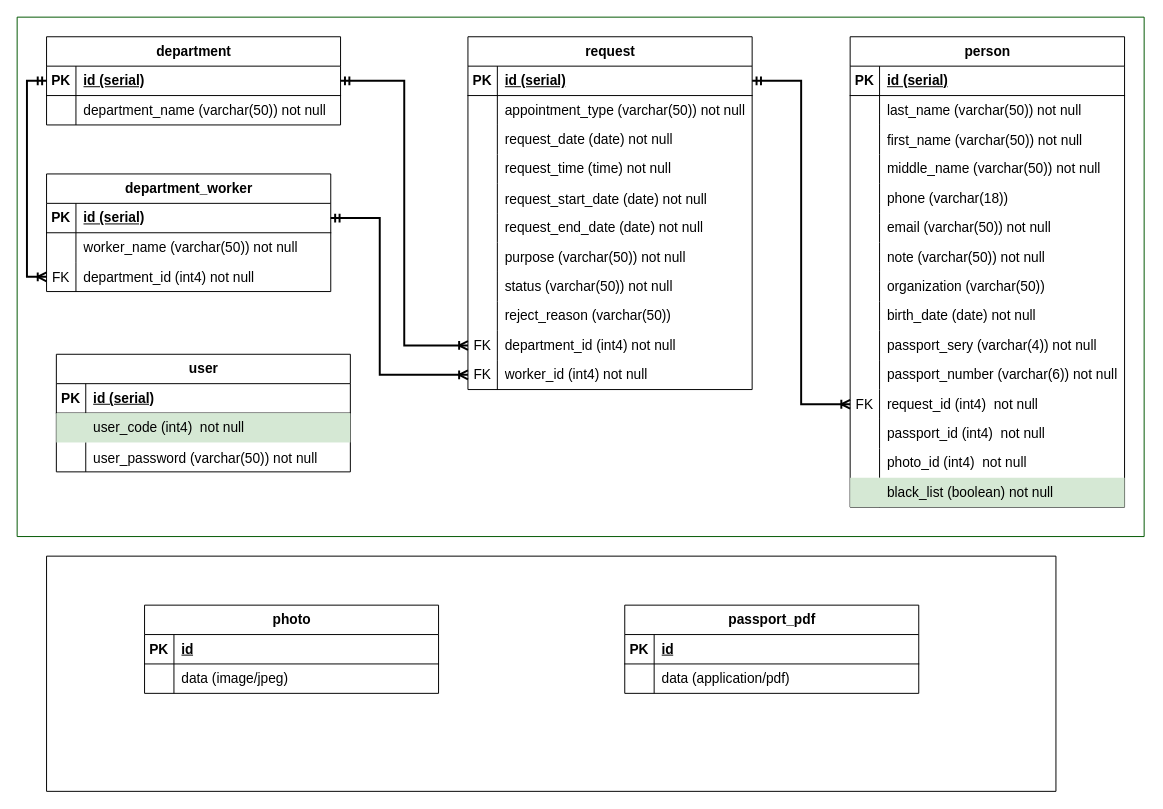
Nathalie-mac/visitorRequestService keeps this draw.io diagram as docs/er-sess2.drawio. Above is the earlier version. Source tidied: cells renumbered, new cells numbered last; positions are measured from the earlier drawing's top-left corner, leaving out a move shared by most shapes. Both pictures are drawn from the tidied source at 98%, with x=0, y=0 at pixel (17, 17).
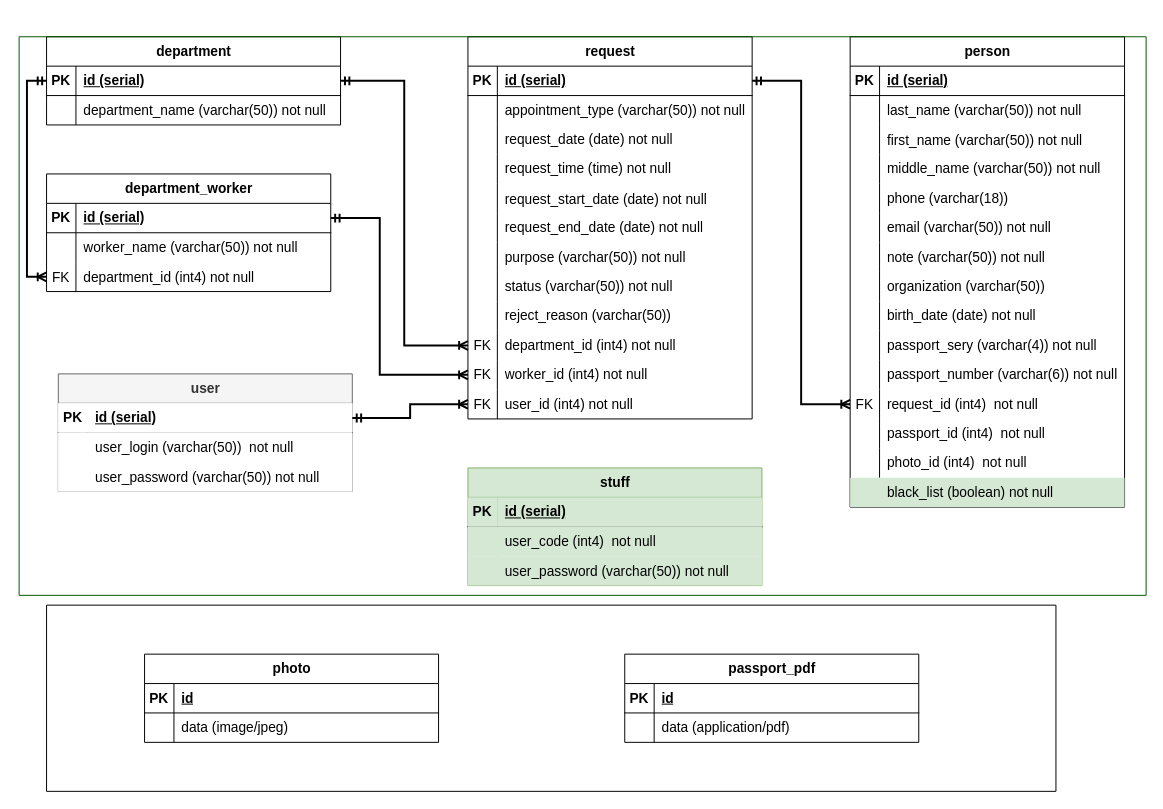
The same diagram, later.

Commit message (it also covers changes not shown here):
новая ЕР сессия2 (НЕОКОНЧАТЕЛЬНАЯ)

Unchanged cells that the change refers to:
```xml
<mxCell id="19" value="person" style="shape=table;startSize=30;childLayout=tableLayout;rowLines=0;fontStyle=1;align=center;html=1;fontSize=14;" parent="1" vertex="1">
  <mxGeometry x="850" y="20" width="280" height="480" as="geometry" />
</mxCell>
```

The edit, as a diff of the source:
```diff
@@
-    <mxCell id="62" style="shape=tableRow;horizontal=0;startSize=0;swimlaneHead=0;swimlaneBody=0;fillColor=#d5e8d4;top=0;left=0;right=0;bottom=0;strokeColor=#82b366;" parent="19" vertex="1">
+    <mxCell id="62" style="shape=tableRow;horizontal=0;startSize=0;swimlaneHead=0;swimlaneBody=0;fillColor=#d5e8d4;top=0;left=0;right=0;bottom=0;strokeColor=#82b366;fontSize=14;" parent="19" vertex="1">
       <mxGeometry y="450" width="280" height="30" as="geometry" />
     </mxCell>
-    <mxCell id="63" style="shape=partialRectangle;fillColor=none;top=0;left=0;bottom=0;right=0;fontStyle=0;overflow=hidden;whiteSpace=wrap;html=1;" parent="62" vertex="1">
+    <mxCell id="63" style="shape=partialRectangle;fillColor=none;top=0;left=0;bottom=0;right=0;fontStyle=0;overflow=hidden;whiteSpace=wrap;html=1;fontSize=14;" parent="62" vertex="1">
       <mxGeometry width="30" height="30" as="geometry" />
     </mxCell>
-    <mxCell id="64" value="&lt;font style=&quot;font-size: 14px;&quot;&gt;black_list (boolean) not null&lt;/font&gt;" style="shape=partialRectangle;fillColor=none;top=0;left=0;bottom=0;right=0;align=left;spacingLeft=6;fontStyle=0;overflow=hidden;whiteSpace=wrap;html=1;" parent="62" vertex="1">
+    <mxCell id="64" value="&lt;font&gt;black_list (boolean) not null&lt;/font&gt;" style="shape=partialRectangle;fillColor=none;top=0;left=0;bottom=0;right=0;align=left;spacingLeft=6;fontStyle=0;overflow=hidden;whiteSpace=wrap;html=1;fontSize=14;" parent="62" vertex="1">
       <mxGeometry x="30" width="250" height="30" as="geometry" />
     </mxCell>
     <mxCell id="65" value="request" style="shape=table;startSize=30;childLayout=tableLayout;rowLines=0;fontStyle=1;align=center;html=1;fontSize=14;" parent="1" vertex="1">
-      <mxGeometry x="460" y="20" width="290" height="360" as="geometry" />
+      <mxGeometry x="460" y="20" width="290" height="390" as="geometry" />
     </mxCell>
@@
+    <mxCell id="129" style="shape=tableRow;horizontal=0;startSize=0;swimlaneHead=0;swimlaneBody=0;fillColor=none;points=[[0,0.5],[1,0.5]];portConstraint=eastwest;top=0;left=0;right=0;bottom=0;fontSize=14;" parent="65" vertex="1">
+      <mxGeometry y="360" width="290" height="30" as="geometry" />
+    </mxCell>
+    <mxCell id="130" value="FK" style="shape=partialRectangle;fillColor=none;top=0;left=0;bottom=0;right=0;fontStyle=0;overflow=hidden;whiteSpace=wrap;html=1;fontSize=14;" parent="129" vertex="1">
+      <mxGeometry width="30" height="30" as="geometry" />
+    </mxCell>
+    <mxCell id="131" value="user_id (int4) not null" style="shape=partialRectangle;fillColor=none;top=0;left=0;bottom=0;right=0;align=left;spacingLeft=6;fontStyle=0;overflow=hidden;whiteSpace=wrap;html=1;fontSize=14;" parent="129" vertex="1">
+      <mxGeometry x="30" width="260" height="30" as="geometry" />
+    </mxCell>
@@
     <mxCell id="103" style="swimlane;startSize=0;fontSize=14;fillColor=#008a00;fontColor=#ffffff;strokeColor=#005700;" parent="1" vertex="1">
-      <mxGeometry width="1150" height="530" as="geometry" />
+      <mxGeometry x="2" y="20" width="1150" height="570" as="geometry" />
     </mxCell>
-    <mxCell id="104" value="user" style="shape=table;startSize=30;childLayout=tableLayout;rowLines=0;fontStyle=1;align=center;html=1;fontSize=14;" parent="103" vertex="1">
+    <mxCell id="104" value="user" style="shape=table;startSize=30;childLayout=tableLayout;rowLines=0;fontStyle=1;align=center;html=1;fontSize=14;fillColor=#f5f5f5;fontColor=#333333;strokeColor=#666666;" parent="103" vertex="1">
       <mxGeometry x="40" y="344" width="300" height="120" as="geometry" />
     </mxCell>
-    <mxCell id="105" style="shape=tableRow;horizontal=0;startSize=0;swimlaneHead=0;swimlaneBody=0;fillColor=none;points=[[0,0.5],[1,0.5]];portConstraint=eastwest;top=0;left=0;right=0;bottom=1;fontSize=14;" parent="104" vertex="1">
+    <mxCell id="105" style="shape=tableRow;horizontal=0;startSize=0;swimlaneHead=0;swimlaneBody=0;points=[[0,0.5],[1,0.5]];portConstraint=eastwest;top=0;left=0;right=0;bottom=1;fontSize=14;" parent="104" vertex="1">
       <mxGeometry y="30" width="300" height="30" as="geometry" />
     </mxCell>
-    <mxCell id="106" value="PK" style="shape=partialRectangle;fillColor=none;top=0;left=0;bottom=0;right=0;fontStyle=1;overflow=hidden;whiteSpace=wrap;html=1;fontSize=14;" parent="105" vertex="1">
+    <mxCell id="106" value="PK" style="shape=partialRectangle;top=0;left=0;bottom=0;right=0;fontStyle=1;overflow=hidden;whiteSpace=wrap;html=1;fontSize=14;" parent="105" vertex="1">
       <mxGeometry width="30" height="30" as="geometry" />
     </mxCell>
-    <mxCell id="107" value="id (serial)" style="shape=partialRectangle;fillColor=none;top=0;left=0;bottom=0;right=0;align=left;spacingLeft=6;fontStyle=5;overflow=hidden;whiteSpace=wrap;html=1;fontSize=14;" parent="105" vertex="1">
+    <mxCell id="107" value="id (serial)" style="shape=partialRectangle;top=0;left=0;bottom=0;right=0;align=left;spacingLeft=6;fontStyle=5;overflow=hidden;whiteSpace=wrap;html=1;fontSize=14;" parent="105" vertex="1">
       <mxGeometry x="30" width="270" height="30" as="geometry" />
     </mxCell>
-    <mxCell id="108" style="shape=tableRow;horizontal=0;startSize=0;swimlaneHead=0;swimlaneBody=0;fillColor=#d5e8d4;top=0;left=0;right=0;bottom=0;fontSize=14;strokeColor=#82b366;" parent="104" vertex="1">
+    <mxCell id="108" style="shape=tableRow;horizontal=0;startSize=0;swimlaneHead=0;swimlaneBody=0;top=0;left=0;right=0;bottom=0;fontSize=14;" parent="104" vertex="1">
       <mxGeometry y="60" width="300" height="30" as="geometry" />
     </mxCell>
-    <mxCell id="109" style="shape=partialRectangle;fillColor=none;top=0;left=0;bottom=0;right=0;overflow=hidden;whiteSpace=wrap;html=1;fontSize=14;" parent="108" vertex="1">
+    <mxCell id="109" style="shape=partialRectangle;top=0;left=0;bottom=0;right=0;overflow=hidden;whiteSpace=wrap;html=1;fontSize=14;" parent="108" vertex="1">
       <mxGeometry width="30" height="30" as="geometry" />
     </mxCell>
-    <mxCell id="110" value="user_code (int4)&amp;nbsp;&amp;nbsp;not null" style="shape=partialRectangle;fillColor=none;top=0;left=0;bottom=0;right=0;align=left;spacingLeft=6;overflow=hidden;whiteSpace=wrap;html=1;fontSize=14;" parent="108" vertex="1">
+    <mxCell id="110" value="user_login (varchar(50))&amp;nbsp; not null" style="shape=partialRectangle;top=0;left=0;bottom=0;right=0;align=left;spacingLeft=6;overflow=hidden;whiteSpace=wrap;html=1;fontSize=14;" parent="108" vertex="1">
       <mxGeometry x="30" width="270" height="30" as="geometry" />
     </mxCell>
-    <mxCell id="111" style="shape=tableRow;horizontal=0;startSize=0;swimlaneHead=0;swimlaneBody=0;fillColor=none;top=0;left=0;right=0;bottom=0;fontSize=14;" parent="104" vertex="1">
+    <mxCell id="111" style="shape=tableRow;horizontal=0;startSize=0;swimlaneHead=0;swimlaneBody=0;top=0;left=0;right=0;bottom=0;fontSize=14;" parent="104" vertex="1">
       <mxGeometry y="90" width="300" height="30" as="geometry" />
     </mxCell>
-    <mxCell id="112" style="shape=partialRectangle;fillColor=none;top=0;left=0;bottom=0;right=0;overflow=hidden;fontSize=14;" parent="111" vertex="1">
+    <mxCell id="112" style="shape=partialRectangle;top=0;left=0;bottom=0;right=0;overflow=hidden;fontSize=14;" parent="111" vertex="1">
       <mxGeometry width="30" height="30" as="geometry" />
     </mxCell>
-    <mxCell id="113" value="user_password (varchar(50)) not null" style="shape=partialRectangle;fillColor=none;top=0;left=0;bottom=0;right=0;align=left;spacingLeft=6;overflow=hidden;fontSize=14;" parent="111" vertex="1">
+    <mxCell id="113" value="user_password (varchar(50)) not null" style="shape=partialRectangle;top=0;left=0;bottom=0;right=0;align=left;spacingLeft=6;overflow=hidden;fontSize=14;" parent="111" vertex="1">
       <mxGeometry x="30" width="270" height="30" as="geometry" />
     </mxCell>
+    <mxCell id="132" value="stuff" style="shape=table;startSize=30;childLayout=tableLayout;rowLines=0;fontStyle=1;align=center;html=1;fontSize=14;fillColor=#d5e8d4;strokeColor=#82b366;" parent="103" vertex="1">
+      <mxGeometry x="458" y="440" width="300" height="120" as="geometry" />
+    </mxCell>
+    <mxCell id="133" style="shape=tableRow;horizontal=0;startSize=0;swimlaneHead=0;swimlaneBody=0;fillColor=none;top=0;left=0;right=0;bottom=1;fontSize=14;" parent="132" vertex="1">
+      <mxGeometry y="30" width="300" height="30" as="geometry" />
+    </mxCell>
+    <mxCell id="134" value="PK" style="shape=partialRectangle;fillColor=#d5e8d4;top=0;left=0;bottom=0;right=0;fontStyle=1;overflow=hidden;whiteSpace=wrap;html=1;fontSize=14;strokeColor=#82b366;" parent="133" vertex="1">
+      <mxGeometry width="30" height="30" as="geometry" />
+    </mxCell>
+    <mxCell id="135" value="id (serial)" style="shape=partialRectangle;fillColor=#d5e8d4;top=0;left=0;bottom=0;right=0;align=left;spacingLeft=6;fontStyle=5;overflow=hidden;whiteSpace=wrap;html=1;fontSize=14;strokeColor=#82b366;" parent="133" vertex="1">
+      <mxGeometry x="30" width="270" height="30" as="geometry" />
+    </mxCell>
+    <mxCell id="136" style="shape=tableRow;horizontal=0;startSize=0;swimlaneHead=0;swimlaneBody=0;fillColor=#d5e8d4;top=0;left=0;right=0;bottom=0;fontSize=14;strokeColor=#82b366;" parent="132" vertex="1">
+      <mxGeometry y="60" width="300" height="30" as="geometry" />
+    </mxCell>
+    <mxCell id="137" style="shape=partialRectangle;fillColor=none;top=0;left=0;bottom=0;right=0;overflow=hidden;whiteSpace=wrap;html=1;fontSize=14;" parent="136" vertex="1">
+      <mxGeometry width="30" height="30" as="geometry" />
+    </mxCell>
+    <mxCell id="138" value="user_code (int4)&amp;nbsp;&amp;nbsp;not null" style="shape=partialRectangle;fillColor=none;top=0;left=0;bottom=0;right=0;align=left;spacingLeft=6;overflow=hidden;whiteSpace=wrap;html=1;fontSize=14;" parent="136" vertex="1">
+      <mxGeometry x="30" width="270" height="30" as="geometry" />
+    </mxCell>
+    <mxCell id="139" style="shape=tableRow;horizontal=0;startSize=0;swimlaneHead=0;swimlaneBody=0;fillColor=#d5e8d4;top=0;left=0;right=0;bottom=0;fontSize=14;strokeColor=#82b366;" parent="132" vertex="1">
+      <mxGeometry y="90" width="300" height="30" as="geometry" />
+    </mxCell>
+    <mxCell id="140" style="shape=partialRectangle;fillColor=none;top=0;left=0;bottom=0;right=0;overflow=hidden;fontSize=14;" parent="139" vertex="1">
+      <mxGeometry width="30" height="30" as="geometry" />
+    </mxCell>
+    <mxCell id="141" value="user_password (varchar(50)) not null" style="shape=partialRectangle;fillColor=none;top=0;left=0;bottom=0;right=0;align=left;spacingLeft=6;overflow=hidden;fontSize=14;" parent="139" vertex="1">
+      <mxGeometry x="30" width="270" height="30" as="geometry" />
+    </mxCell>
     <mxCell id="114" style="swimlane;startSize=0;fontSize=14;" parent="1" vertex="1">
-      <mxGeometry x="30" y="550" width="1030" height="240" as="geometry" />
+      <mxGeometry x="30" y="600" width="1030" height="190" as="geometry" />
     </mxCell>
@@
+    <mxCell id="142" style="edgeStyle=orthogonalEdgeStyle;rounded=0;jettySize=auto;html=1;entryX=1;entryY=0.5;entryDx=0;entryDy=0;strokeWidth=2;endArrow=ERmandOne;startFill=0;fontSize=14;startArrow=ERoneToMany;endFill=0;exitX=0;exitY=0.5;exitDx=0;exitDy=0;" parent="1" edge="1" source="129" target="105">
+      <mxGeometry relative="1" as="geometry" />
+    </mxCell>
```
